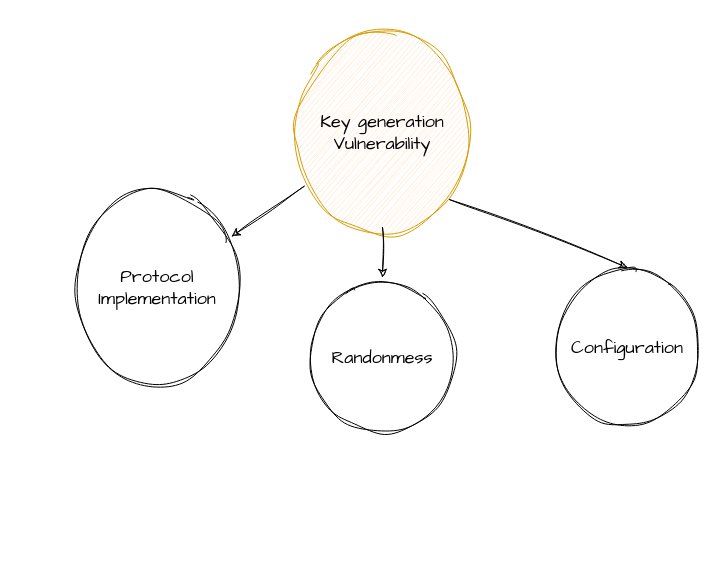
This is page "key generation" (6 of 20) of schema/crypto-wallet.drawio from rya-sge/access-denied, a draw.io file, before an edit. Source tidied: cells renumbered, new cells numbered last; positions are measured from the earlier drawing's top-left corner, leaving out a move shared by most shapes. Both pictures are drawn from the tidied source at 100%, with x=0, y=0 at pixel (67, 37).
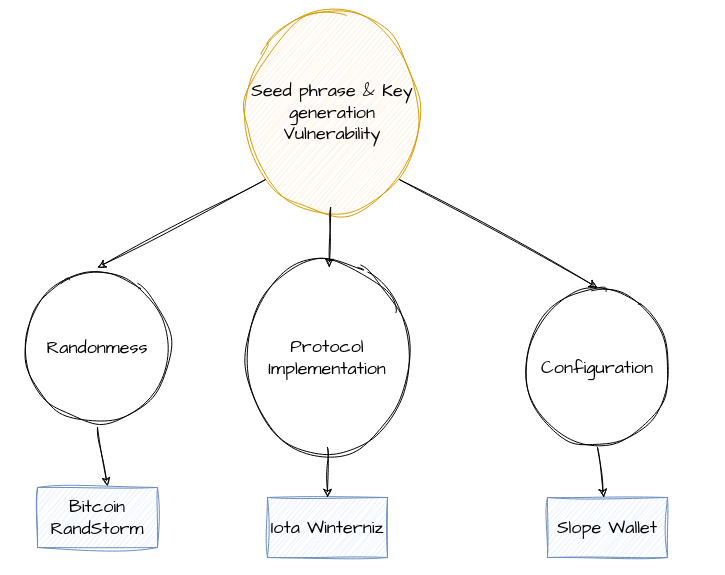
Above is the later version.

Diff of the diagram source:
```diff
@@
 <mxGraphModel>
   <root>
     <mxCell id="0" />
     <mxCell id="1" parent="0" />
-    <mxCell id="2" value="Key generation Vulnerability" style="ellipse;whiteSpace=wrap;html=1;sketch=1;hachureGap=4;jiggle=2;fontFamily=Architects Daughter;fontSize=18;fillColor=#ffe6cc;strokeColor=#d79b00;" parent="1" vertex="1">
-      <mxGeometry x="220" width="190" height="190" as="geometry" />
+    <mxCell id="2" value="Seed phrase &amp;amp; Key generation Vulnerability" style="ellipse;whiteSpace=wrap;html=1;sketch=1;hachureGap=4;jiggle=2;fontFamily=Architects Daughter;fontSize=18;fillColor=#ffe6cc;strokeColor=#d79b00;" parent="1" vertex="1">
+      <mxGeometry x="170" y="-20" width="190" height="190" as="geometry" />
     </mxCell>
     <mxCell id="3" value="Protocol Implementation" style="ellipse;whiteSpace=wrap;html=1;sketch=1;hachureGap=4;jiggle=2;fontFamily=Architects Daughter;fontSize=18;" parent="1" vertex="1">
-      <mxGeometry y="160" width="180" height="180" as="geometry" />
+      <mxGeometry x="170" y="230" width="180" height="180" as="geometry" />
     </mxCell>
     <mxCell id="4" style="endArrow=classic;html=1;rounded=0;sketch=1;hachureGap=4;jiggle=2;fontFamily=Architects Daughter;fontSize=18;" parent="1" edge="1" source="2" target="3">
       <mxGeometry relative="1" as="geometry" />
     </mxCell>
     <mxCell id="5" value="Randonmess" style="ellipse;whiteSpace=wrap;html=1;sketch=1;hachureGap=4;jiggle=2;fontFamily=Architects Daughter;fontSize=18;" parent="1" vertex="1">
-      <mxGeometry x="235" y="240" width="160" height="160" as="geometry" />
+      <mxGeometry x="-50" y="230" width="160" height="160" as="geometry" />
     </mxCell>
-    <mxCell id="6" style="endArrow=classic;html=1;rounded=0;sketch=1;hachureGap=4;jiggle=2;fontFamily=Architects Daughter;fontSize=18;entryX=0.5;entryY=0;entryDx=0;entryDy=0;exitX=0.5;exitY=1;exitDx=0;exitDy=0;" parent="1" edge="1" source="2" target="5">
+    <mxCell id="6" style="endArrow=classic;html=1;rounded=0;sketch=1;hachureGap=4;jiggle=2;fontFamily=Architects Daughter;fontSize=18;entryX=0.5;entryY=0;entryDx=0;entryDy=0;exitX=0;exitY=1;exitDx=0;exitDy=0;" parent="1" edge="1" source="2" target="5">
       <mxGeometry relative="1" as="geometry" />
     </mxCell>
     <mxCell id="7" style="endArrow=classic;html=1;rounded=0;sketch=1;hachureGap=4;jiggle=2;fontFamily=Architects Daughter;fontSize=18;exitX=1;exitY=1;exitDx=0;exitDy=0;entryX=0.5;entryY=0;entryDx=0;entryDy=0;" parent="1" edge="1" source="2" target="8">
       <mxGeometry relative="1" as="geometry" />
     </mxCell>
     <mxCell id="8" value="Configuration" style="ellipse;whiteSpace=wrap;html=1;sketch=1;hachureGap=4;jiggle=2;fontFamily=Architects Daughter;fontSize=18;" parent="1" vertex="1">
-      <mxGeometry x="480" y="230" width="160" height="160" as="geometry" />
+      <mxGeometry x="450" y="250" width="160" height="160" as="geometry" />
     </mxCell>
+    <mxCell id="9" value="Bitcoin RandStorm" style="rounded=0;whiteSpace=wrap;html=1;sketch=1;hachureGap=4;jiggle=2;fontFamily=Architects Daughter;fontSize=18;fillColor=#dae8fc;strokeColor=#6c8ebf;" parent="1" vertex="1">
+      <mxGeometry x="-30" y="450" width="120" height="60" as="geometry" />
+    </mxCell>
+    <mxCell id="10" value="Iota Winterniz" style="rounded=0;whiteSpace=wrap;html=1;sketch=1;hachureGap=4;jiggle=2;fontFamily=Architects Daughter;fontSize=18;fillColor=#dae8fc;strokeColor=#6c8ebf;" parent="1" vertex="1">
+      <mxGeometry x="200" y="460" width="120" height="60" as="geometry" />
+    </mxCell>
+    <mxCell id="11" value="Slope Wallet" style="rounded=0;whiteSpace=wrap;html=1;sketch=1;hachureGap=4;jiggle=2;fontFamily=Architects Daughter;fontSize=18;fillColor=#dae8fc;strokeColor=#6c8ebf;" parent="1" vertex="1">
+      <mxGeometry x="480" y="460" width="120" height="60" as="geometry" />
+    </mxCell>
+    <mxCell id="12" style="endArrow=classic;html=1;rounded=0;sketch=1;hachureGap=4;jiggle=2;fontFamily=Architects Daughter;fontSize=18;exitX=0.5;exitY=1;exitDx=0;exitDy=0;entryX=0.583;entryY=-0.025;entryDx=0;entryDy=0;entryPerimeter=0;" parent="1" edge="1" source="5" target="9">
+      <mxGeometry relative="1" as="geometry" />
+    </mxCell>
+    <mxCell id="13" style="endArrow=classic;html=1;rounded=0;sketch=1;hachureGap=4;jiggle=2;fontFamily=Architects Daughter;fontSize=18;exitX=0.5;exitY=1;exitDx=0;exitDy=0;entryX=0.5;entryY=0;entryDx=0;entryDy=0;" parent="1" edge="1" source="3" target="10">
+      <mxGeometry relative="1" as="geometry" />
+    </mxCell>
+    <mxCell id="14" style="endArrow=classic;html=1;rounded=0;sketch=1;hachureGap=4;jiggle=2;fontFamily=Architects Daughter;fontSize=18;exitX=0.5;exitY=1;exitDx=0;exitDy=0;" parent="1" edge="1" source="8" target="11">
+      <mxGeometry relative="1" as="geometry" />
+    </mxCell>
   </root>
 </mxGraphModel>
```
